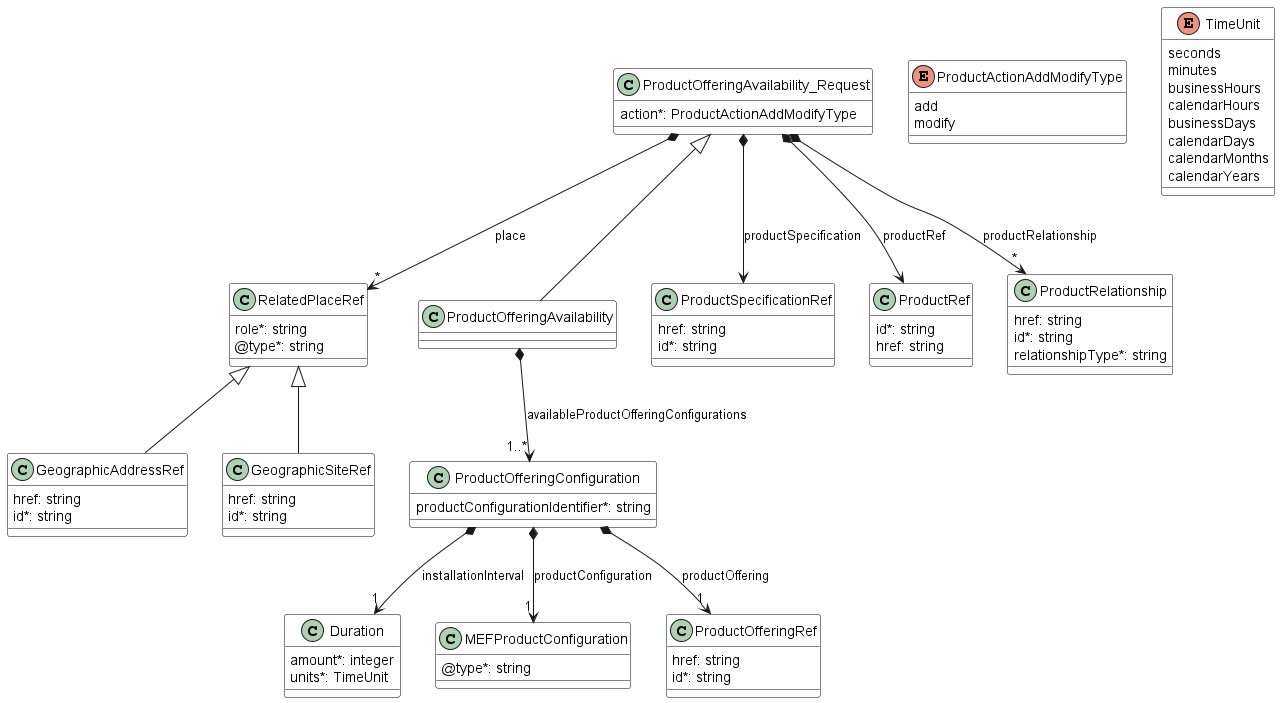
The PlantUML diagram documentation/productApi/availabilityAndPricingDiscovery/media/uc1model.png in MEF-GIT/MEF-LSO-Sonata-SDK, before a commit.
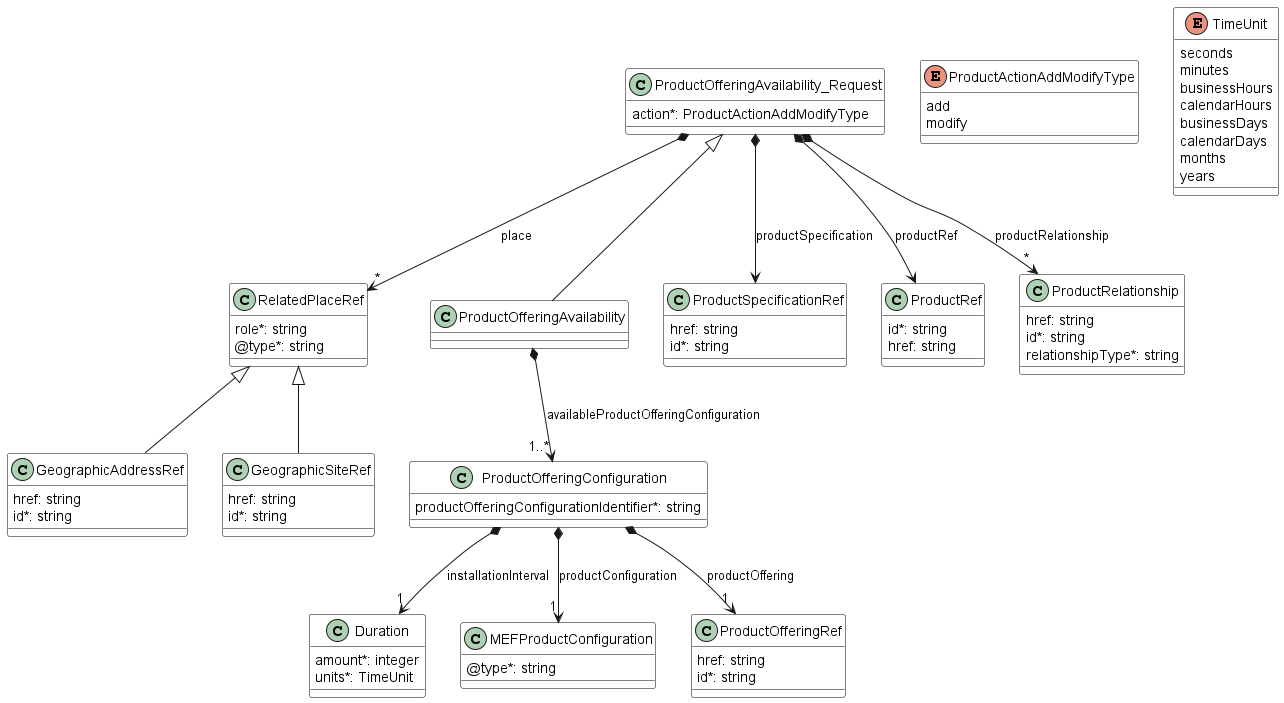
Above is the later version.

The edit, as a diff of the source:
```diff
@@ -12,7 +12,6 @@
 
 
 
-
 class GeographicAddressRef {
 
     href: string
@@ -20,15 +19,12 @@
 }
 RelatedPlaceRef <|-- GeographicAddressRef
 
-
-
 class GeographicSiteRef {
 
     href: string
     id*: string
 }
 RelatedPlaceRef <|-- GeographicSiteRef
-
 
 
 
@@ -49,7 +45,7 @@
 }
 ProductOfferingAvailability_Request <|-- ProductOfferingAvailability
 
-ProductOfferingAvailability *-->"1..*" ProductOfferingConfiguration : availableProductOfferingConfigurations
+ProductOfferingAvailability *-->"1..*" ProductOfferingConfiguration : availableProductOfferingConfiguration
 
 
 class ProductOfferingAvailability_Request {
@@ -65,7 +61,7 @@
 
 class ProductOfferingConfiguration {
 
-    productConfigurationIdentifier*: string
+    productOfferingConfigurationIdentifier*: string
 }
 
 ProductOfferingConfiguration *-->"1" ProductOfferingRef : productOffering
@@ -122,7 +118,7 @@
     calendarHours
     businessDays
     calendarDays
-    calendarMonths
-    calendarYears
+    months
+    years
 }
 @enduml
```
